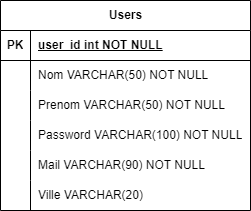
Earlier version of the draw.io export UML BD USERS.png (kbnhvn/FastAPI-Traefik). Source tidied: cells renumbered, new cells last; positions are measured from the earlier drawing's top-left corner, leaving out a move shared by most shapes. Source of this version:
```xml
<mxGraphModel>
  <root>
    <mxCell id="0" />
    <mxCell id="1" parent="0" />
    <mxCell id="2" value="Users" style="shape=table;startSize=30;rowLines=0;fontStyle=1;align=center;html=1;" parent="1" vertex="1">
      <mxGeometry width="250" height="210" as="geometry" />
    </mxCell>
    <mxCell id="3" style="shape=tableRow;horizontal=0;startSize=0;swimlaneHead=0;swimlaneBody=0;fillColor=none;top=0;left=0;right=0;bottom=1;" parent="2" vertex="1">
      <mxGeometry y="30" width="250" height="30" as="geometry" />
    </mxCell>
    <mxCell id="4" value="PK" style="shape=partialRectangle;fillColor=none;top=0;left=0;bottom=0;right=0;fontStyle=1;overflow=hidden;whiteSpace=wrap;html=1;" parent="3" vertex="1">
      <mxGeometry width="30" height="30" as="geometry" />
    </mxCell>
    <mxCell id="5" value="&lt;span style=&quot;text-wrap: nowrap;&quot;&gt;user_id int NOT NULL&lt;/span&gt;" style="shape=partialRectangle;fillColor=none;top=0;left=0;bottom=0;right=0;align=left;spacingLeft=6;fontStyle=5;overflow=hidden;whiteSpace=wrap;html=1;" parent="3" vertex="1">
      <mxGeometry x="30" width="220" height="30" as="geometry" />
    </mxCell>
    <mxCell id="6" style="shape=tableRow;horizontal=0;startSize=0;swimlaneHead=0;swimlaneBody=0;fillColor=none;top=0;left=0;right=0;bottom=0;" parent="2" vertex="1">
      <mxGeometry y="60" width="250" height="30" as="geometry" />
    </mxCell>
    <mxCell id="7" style="shape=partialRectangle;fillColor=none;top=0;left=0;bottom=0;right=0;overflow=hidden;whiteSpace=wrap;html=1;" parent="6" vertex="1">
      <mxGeometry width="30" height="30" as="geometry" />
    </mxCell>
    <mxCell id="8" value="&lt;span style=&quot;text-wrap: nowrap;&quot;&gt;Nom VARCHAR(50) NOT NULL&lt;/span&gt;" style="shape=partialRectangle;fillColor=none;top=0;left=0;bottom=0;right=0;align=left;spacingLeft=6;overflow=hidden;whiteSpace=wrap;html=1;" parent="6" vertex="1">
      <mxGeometry x="30" width="220" height="30" as="geometry" />
    </mxCell>
    <mxCell id="9" style="shape=tableRow;horizontal=0;startSize=0;swimlaneHead=0;swimlaneBody=0;fillColor=none;top=0;left=0;right=0;bottom=0;" parent="2" vertex="1">
      <mxGeometry y="90" width="250" height="30" as="geometry" />
    </mxCell>
    <mxCell id="10" style="shape=partialRectangle;fillColor=none;top=0;left=0;bottom=0;right=0;overflow=hidden;whiteSpace=wrap;html=1;" parent="9" vertex="1">
      <mxGeometry width="30" height="30" as="geometry" />
    </mxCell>
    <mxCell id="11" value="&lt;span style=&quot;text-wrap: nowrap;&quot;&gt;Prenom&amp;nbsp;&lt;/span&gt;&lt;span style=&quot;text-wrap: nowrap;&quot;&gt;VARCHAR&lt;/span&gt;&lt;span style=&quot;text-wrap: nowrap;&quot;&gt;(50) NOT NULL&lt;/span&gt;" style="shape=partialRectangle;fillColor=none;top=0;left=0;bottom=0;right=0;align=left;spacingLeft=6;overflow=hidden;whiteSpace=wrap;html=1;" parent="9" vertex="1">
      <mxGeometry x="30" width="220" height="30" as="geometry" />
    </mxCell>
    <mxCell id="12" style="shape=tableRow;horizontal=0;startSize=0;swimlaneHead=0;swimlaneBody=0;fillColor=none;top=0;left=0;right=0;bottom=0;" parent="2" vertex="1">
      <mxGeometry y="120" width="250" height="30" as="geometry" />
    </mxCell>
    <mxCell id="13" style="shape=partialRectangle;fillColor=none;top=0;left=0;bottom=0;right=0;overflow=hidden;whiteSpace=wrap;html=1;" parent="12" vertex="1">
      <mxGeometry width="30" height="30" as="geometry" />
    </mxCell>
    <mxCell id="14" value="Password&amp;nbsp;&lt;span style=&quot;text-wrap: nowrap;&quot;&gt;VARCHAR&lt;/span&gt;&lt;span style=&quot;text-wrap: nowrap;&quot;&gt;(100) NOT NULL&lt;/span&gt;" style="shape=partialRectangle;fillColor=none;top=0;left=0;bottom=0;right=0;align=left;spacingLeft=6;overflow=hidden;whiteSpace=wrap;html=1;" parent="12" vertex="1">
      <mxGeometry x="30" width="220" height="30" as="geometry" />
    </mxCell>
    <mxCell id="15" style="shape=tableRow;horizontal=0;startSize=0;swimlaneHead=0;swimlaneBody=0;fillColor=none;top=0;left=0;right=0;bottom=0;" parent="2" vertex="1">
      <mxGeometry y="150" width="250" height="30" as="geometry" />
    </mxCell>
    <mxCell id="16" style="shape=partialRectangle;fillColor=none;top=0;left=0;bottom=0;right=0;overflow=hidden;whiteSpace=wrap;html=1;" parent="15" vertex="1">
      <mxGeometry width="30" height="30" as="geometry" />
    </mxCell>
    <mxCell id="17" value="&lt;span style=&quot;text-wrap: nowrap;&quot;&gt;Mail&amp;nbsp;&lt;/span&gt;&lt;span style=&quot;text-wrap: nowrap;&quot;&gt;VARCHAR&lt;/span&gt;&lt;span style=&quot;text-wrap: nowrap;&quot;&gt;(90) NOT NULL&lt;/span&gt;" style="shape=partialRectangle;fillColor=none;top=0;left=0;bottom=0;right=0;align=left;spacingLeft=6;overflow=hidden;whiteSpace=wrap;html=1;" parent="15" vertex="1">
      <mxGeometry x="30" width="220" height="30" as="geometry" />
    </mxCell>
    <mxCell id="18" style="shape=tableRow;horizontal=0;startSize=0;swimlaneHead=0;swimlaneBody=0;fillColor=none;top=0;left=0;right=0;bottom=0;" parent="2" vertex="1">
      <mxGeometry y="180" width="250" height="30" as="geometry" />
    </mxCell>
    <mxCell id="19" style="shape=partialRectangle;fillColor=none;top=0;left=0;bottom=0;right=0;overflow=hidden;whiteSpace=wrap;html=1;" parent="18" vertex="1">
      <mxGeometry width="30" height="30" as="geometry" />
    </mxCell>
    <mxCell id="20" value="&lt;span style=&quot;text-wrap: nowrap;&quot;&gt;Ville&amp;nbsp;&lt;/span&gt;&lt;span style=&quot;text-wrap: nowrap;&quot;&gt;VARCHAR&lt;/span&gt;&lt;span style=&quot;text-wrap: nowrap;&quot;&gt;(20)&amp;nbsp;&lt;/span&gt;" style="shape=partialRectangle;fillColor=none;top=0;left=0;bottom=0;right=0;align=left;spacingLeft=6;overflow=hidden;whiteSpace=wrap;html=1;" parent="18" vertex="1">
      <mxGeometry x="30" width="220" height="30" as="geometry" />
    </mxCell>
  </root>
</mxGraphModel>
```
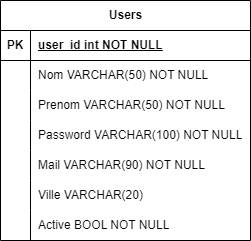
After the change.

Commit message:
modification table users

The edit, as a diff of the source:
```diff
@@ -3,7 +3,7 @@
     <mxCell id="0" />
     <mxCell id="1" parent="0" />
     <mxCell id="2" value="Users" style="shape=table;startSize=30;rowLines=0;fontStyle=1;align=center;html=1;" parent="1" vertex="1">
-      <mxGeometry width="250" height="210" as="geometry" />
+      <mxGeometry width="250" height="240" as="geometry" />
     </mxCell>
     <mxCell id="3" style="shape=tableRow;horizontal=0;startSize=0;swimlaneHead=0;swimlaneBody=0;fillColor=none;top=0;left=0;right=0;bottom=1;" parent="2" vertex="1">
       <mxGeometry y="30" width="250" height="30" as="geometry" />
@@ -59,5 +59,14 @@
     <mxCell id="20" value="&lt;span style=&quot;text-wrap: nowrap;&quot;&gt;Ville&amp;nbsp;&lt;/span&gt;&lt;span style=&quot;text-wrap: nowrap;&quot;&gt;VARCHAR&lt;/span&gt;&lt;span style=&quot;text-wrap: nowrap;&quot;&gt;(20)&amp;nbsp;&lt;/span&gt;" style="shape=partialRectangle;fillColor=none;top=0;left=0;bottom=0;right=0;align=left;spacingLeft=6;overflow=hidden;whiteSpace=wrap;html=1;" parent="18" vertex="1">
       <mxGeometry x="30" width="220" height="30" as="geometry" />
     </mxCell>
+    <mxCell id="21" style="shape=tableRow;horizontal=0;startSize=0;swimlaneHead=0;swimlaneBody=0;fillColor=none;top=0;left=0;right=0;bottom=0;" parent="2" vertex="1">
+      <mxGeometry y="210" width="250" height="30" as="geometry" />
+    </mxCell>
+    <mxCell id="22" style="shape=partialRectangle;fillColor=none;top=0;left=0;bottom=0;right=0;overflow=hidden;whiteSpace=wrap;html=1;" parent="21" vertex="1">
+      <mxGeometry width="30" height="30" as="geometry" />
+    </mxCell>
+    <mxCell id="23" value="Active BOOL NOT NULL" style="shape=partialRectangle;fillColor=none;top=0;left=0;bottom=0;right=0;align=left;spacingLeft=6;overflow=hidden;whiteSpace=wrap;html=1;" parent="21" vertex="1">
+      <mxGeometry x="30" width="220" height="30" as="geometry" />
+    </mxCell>
   </root>
 </mxGraphModel>
```
